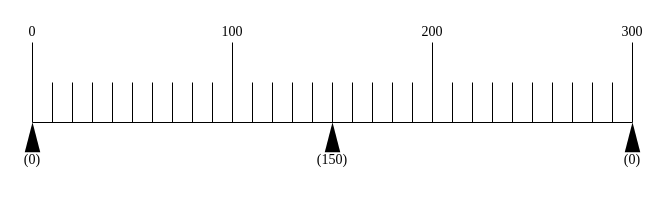
Earlier version of the draw.io diagram 2/connection.drawio (SuperTikuwa/thesis-images). Source tidied: cells renumbered, new cells numbered last; positions are measured from the earlier drawing's top-left corner, leaving out a move shared by most shapes. Both pictures are drawn from the tidied source at 100%, with x=0, y=0 at pixel (17, 17).
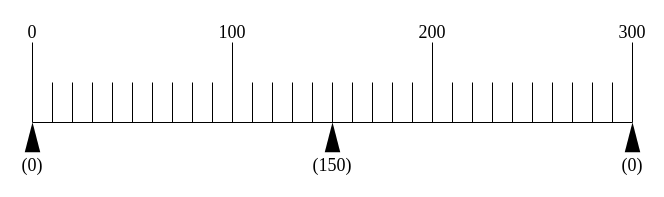
The same page after the edit.

Commit message:
connection.drawio を更新します

Diff of the diagram source:
```diff
@@
-    <mxCell id="37" value="&lt;font face=&quot;Times New Roman&quot; style=&quot;font-size: 14px;&quot;&gt;0&lt;/font&gt;" style="text;html=1;strokeColor=none;fillColor=none;align=center;verticalAlign=middle;whiteSpace=wrap;rounded=0;" parent="1" vertex="1">
+    <mxCell id="37" value="&lt;font face=&quot;Times New Roman&quot; style=&quot;font-size: 18px;&quot;&gt;0&lt;/font&gt;" style="text;html=1;strokeColor=none;fillColor=none;align=center;verticalAlign=middle;whiteSpace=wrap;rounded=0;fontSize=18;" parent="1" vertex="1">
       <mxGeometry width="30" height="30" as="geometry" />
     </mxCell>
-    <mxCell id="38" value="&lt;font face=&quot;Times New Roman&quot; style=&quot;font-size: 14px;&quot;&gt;100&lt;/font&gt;" style="text;html=1;strokeColor=none;fillColor=none;align=center;verticalAlign=middle;whiteSpace=wrap;rounded=0;" parent="1" vertex="1">
+    <mxCell id="38" value="&lt;font face=&quot;Times New Roman&quot; style=&quot;font-size: 18px;&quot;&gt;100&lt;/font&gt;" style="text;html=1;strokeColor=none;fillColor=none;align=center;verticalAlign=middle;whiteSpace=wrap;rounded=0;fontSize=18;" parent="1" vertex="1">
       <mxGeometry x="200" width="30" height="30" as="geometry" />
     </mxCell>
-    <mxCell id="39" value="&lt;font face=&quot;Times New Roman&quot; style=&quot;font-size: 14px;&quot;&gt;200&lt;/font&gt;" style="text;html=1;strokeColor=none;fillColor=none;align=center;verticalAlign=middle;whiteSpace=wrap;rounded=0;" parent="1" vertex="1">
+    <mxCell id="39" value="&lt;font face=&quot;Times New Roman&quot; style=&quot;font-size: 18px;&quot;&gt;200&lt;/font&gt;" style="text;html=1;strokeColor=none;fillColor=none;align=center;verticalAlign=middle;whiteSpace=wrap;rounded=0;fontSize=18;" parent="1" vertex="1">
       <mxGeometry x="400" width="30" height="30" as="geometry" />
     </mxCell>
-    <mxCell id="40" value="&lt;font face=&quot;Times New Roman&quot; style=&quot;font-size: 14px;&quot;&gt;300&lt;/font&gt;" style="text;html=1;strokeColor=none;fillColor=none;align=center;verticalAlign=middle;whiteSpace=wrap;rounded=0;" parent="1" vertex="1">
+    <mxCell id="40" value="&lt;font face=&quot;Times New Roman&quot; style=&quot;font-size: 18px;&quot;&gt;300&lt;/font&gt;" style="text;html=1;strokeColor=none;fillColor=none;align=center;verticalAlign=middle;whiteSpace=wrap;rounded=0;fontSize=18;" parent="1" vertex="1">
       <mxGeometry x="600" width="30" height="30" as="geometry" />
     </mxCell>
-    <mxCell id="41" value="&lt;font face=&quot;Times New Roman&quot; style=&quot;font-size: 14px;&quot;&gt;(0)&lt;/font&gt;" style="text;html=1;strokeColor=none;fillColor=none;align=center;verticalAlign=middle;whiteSpace=wrap;rounded=0;" parent="1" vertex="1">
-      <mxGeometry y="127.5" width="30" height="30" as="geometry" />
+    <mxCell id="41" value="&lt;font face=&quot;Times New Roman&quot; style=&quot;font-size: 18px;&quot;&gt;(0)&lt;/font&gt;" style="text;html=1;strokeColor=none;fillColor=none;align=center;verticalAlign=middle;whiteSpace=wrap;rounded=0;fontSize=18;" parent="1" vertex="1">
+      <mxGeometry y="132.5" width="30" height="30" as="geometry" />
     </mxCell>
-    <mxCell id="42" value="&lt;font face=&quot;Times New Roman&quot; style=&quot;font-size: 14px;&quot;&gt;(150)&lt;/font&gt;" style="text;html=1;strokeColor=none;fillColor=none;align=center;verticalAlign=middle;whiteSpace=wrap;rounded=0;" parent="1" vertex="1">
-      <mxGeometry x="300" y="127.5" width="30" height="30" as="geometry" />
+    <mxCell id="42" value="&lt;font face=&quot;Times New Roman&quot; style=&quot;font-size: 18px;&quot;&gt;(150)&lt;/font&gt;" style="text;html=1;strokeColor=none;fillColor=none;align=center;verticalAlign=middle;whiteSpace=wrap;rounded=0;fontSize=18;" parent="1" vertex="1">
+      <mxGeometry x="300" y="132.5" width="30" height="30" as="geometry" />
     </mxCell>
-    <mxCell id="43" value="&lt;font face=&quot;Times New Roman&quot; style=&quot;font-size: 14px;&quot;&gt;(0)&lt;/font&gt;" style="text;html=1;strokeColor=none;fillColor=none;align=center;verticalAlign=middle;whiteSpace=wrap;rounded=0;" parent="1" vertex="1">
-      <mxGeometry x="600" y="127.5" width="30" height="30" as="geometry" />
+    <mxCell id="43" value="&lt;font face=&quot;Times New Roman&quot; style=&quot;font-size: 18px;&quot;&gt;(0)&lt;/font&gt;" style="text;html=1;strokeColor=none;fillColor=none;align=center;verticalAlign=middle;whiteSpace=wrap;rounded=0;fontSize=18;" parent="1" vertex="1">
+      <mxGeometry x="600" y="132.5" width="30" height="30" as="geometry" />
     </mxCell>
```
